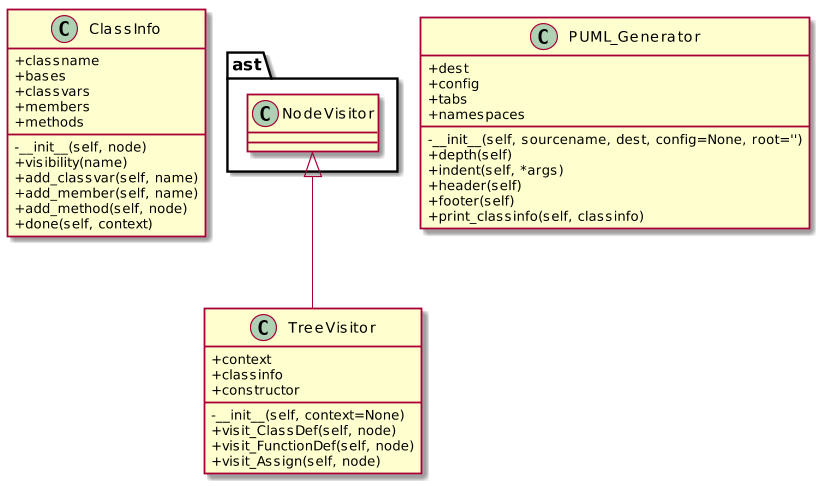
This is py2puml/examples/py2puml-custom.png from deadbok/py-puml-tools, a PlantUML export, as it was before one commit. Its diagram source:
```plantuml
@startuml
skinparam monochrome false
skinparam classAttributeIconSize 0
scale 1.2

class ClassInfo {
  +classname
  +bases
  +classvars
  +members
  +methods
  -__init__(self, node)
  +visibility(name)
  +add_classvar(self, name)
  +add_member(self, name)
  +add_method(self, node)
  +done(self, context)
}

ast.NodeVisitor <|-- TreeVisitor
class TreeVisitor {
  +context
  +classinfo
  +constructor
  -__init__(self, context=None)
  +visit_ClassDef(self, node)
  +visit_FunctionDef(self, node)
  +visit_Assign(self, node)
}

class PUML_Generator {
  +dest
  +config
  +tabs
  +namespaces
  -__init__(self, sourcename, dest, config=None, root='')
  +depth(self)
  +indent(self, *args)
  +header(self)
  +footer(self)
  +print_classinfo(self, classinfo)
}

@enduml
```
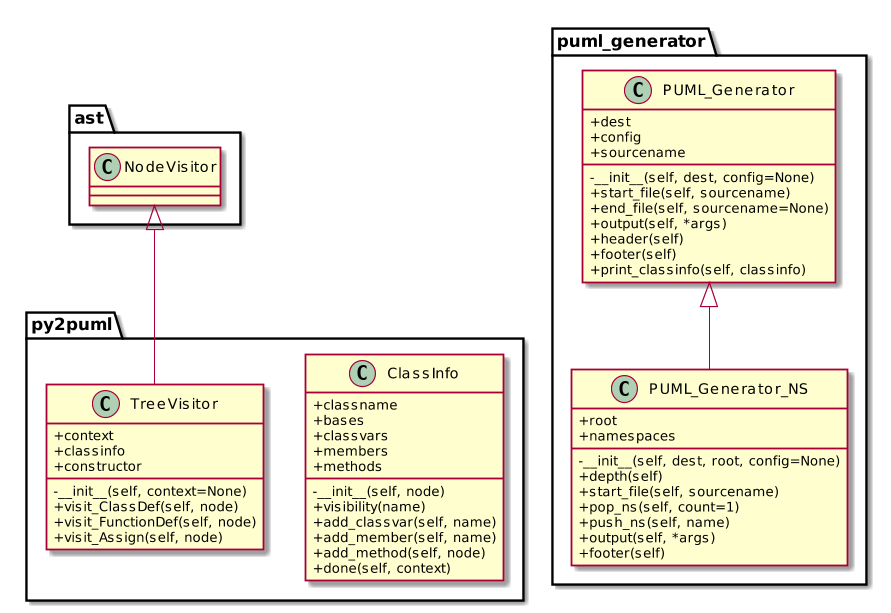
The same diagram one commit later.

Change to the diagram source:
```diff
@@ -3,42 +3,59 @@
 skinparam classAttributeIconSize 0
 scale 1.2
 
-class ClassInfo {
-  +classname
-  +bases
-  +classvars
-  +members
-  +methods
-  -__init__(self, node)
-  +visibility(name)
-  +add_classvar(self, name)
-  +add_member(self, name)
-  +add_method(self, node)
-  +done(self, context)
+namespace py2puml {
+  class ClassInfo {
+    +classname
+    +bases
+    +classvars
+    +members
+    +methods
+    -__init__(self, node)
+    +visibility(name)
+    +add_classvar(self, name)
+    +add_member(self, name)
+    +add_method(self, node)
+    +done(self, context)
+  }
+
+  ast.NodeVisitor <|-- TreeVisitor
+  class TreeVisitor {
+    +context
+    +classinfo
+    +constructor
+    -__init__(self, context=None)
+    +visit_ClassDef(self, node)
+    +visit_FunctionDef(self, node)
+    +visit_Assign(self, node)
+  }
+
 }
+namespace puml_generator {
+  class PUML_Generator {
+    +dest
+    +config
+    +sourcename
+    -__init__(self, dest, config=None)
+    +start_file(self, sourcename)
+    +end_file(self, sourcename=None)
+    +output(self, *args)
+    +header(self)
+    +footer(self)
+    +print_classinfo(self, classinfo)
+  }
 
-ast.NodeVisitor <|-- TreeVisitor
-class TreeVisitor {
-  +context
-  +classinfo
-  +constructor
-  -__init__(self, context=None)
-  +visit_ClassDef(self, node)
-  +visit_FunctionDef(self, node)
-  +visit_Assign(self, node)
+  PUML_Generator <|-- PUML_Generator_NS
+  class PUML_Generator_NS {
+    +root
+    +namespaces
+    -__init__(self, dest, root, config=None)
+    +depth(self)
+    +start_file(self, sourcename)
+    +pop_ns(self, count=1)
+    +push_ns(self, name)
+    +output(self, *args)
+    +footer(self)
+  }
+
 }
-
-class PUML_Generator {
-  +dest
-  +config
-  +tabs
-  +namespaces
-  -__init__(self, sourcename, dest, config=None, root='')
-  +depth(self)
-  +indent(self, *args)
-  +header(self)
-  +footer(self)
-  +print_classinfo(self, classinfo)
-}
-
 @enduml
```
